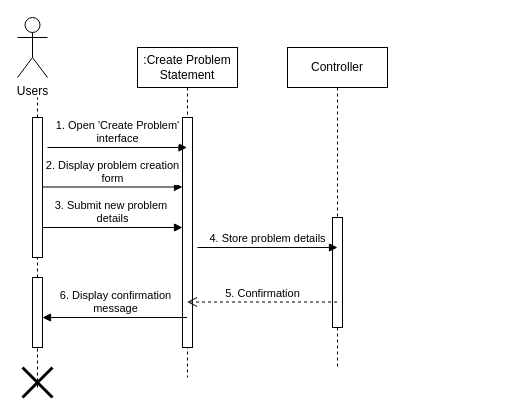
Before: page "Create Problem Statements" (12 of 15) of Sequence Diagram.drawio in shamim36/Final-Defence-Diagram, a draw.io diagram. Source tidied: cells renumbered, new cells numbered last; positions are measured from the earlier drawing's top-left corner, leaving out a move shared by most shapes. Both pictures are drawn from the tidied source at 100%, with x=0, y=0 at pixel (17, 17).
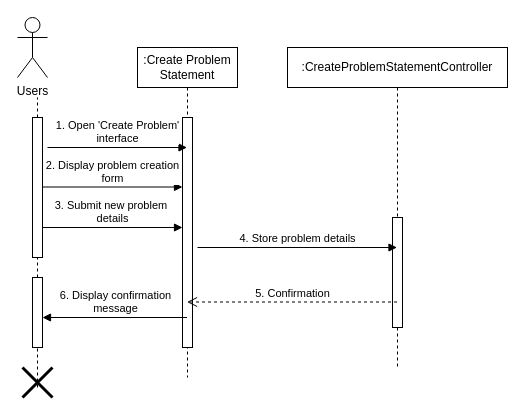
Above is the later version.

Change to the diagram source:
```diff
@@
-    <mxCell id="4" value="Controller" style="shape=umlLifeline;perimeter=lifelinePerimeter;whiteSpace=wrap;html=1;outlineConnect=0;portConstraint=eastwest;newEdgeStyle={&quot;edgeStyle&quot;:&quot;elbowEdgeStyle&quot;,&quot;elbow&quot;:&quot;vertical&quot;,&quot;curved&quot;:0,&quot;rounded&quot;:0};" parent="1" vertex="1">
-      <mxGeometry x="270" y="30" width="100" height="320" as="geometry" />
+    <mxCell id="4" value=":CreateProblemStatementController" style="shape=umlLifeline;perimeter=lifelinePerimeter;whiteSpace=wrap;html=1;outlineConnect=0;portConstraint=eastwest;newEdgeStyle={&quot;edgeStyle&quot;:&quot;elbowEdgeStyle&quot;,&quot;elbow&quot;:&quot;vertical&quot;,&quot;curved&quot;:0,&quot;rounded&quot;:0};" parent="1" vertex="1">
+      <mxGeometry x="270" y="30" width="220" height="320" as="geometry" />
     </mxCell>
     <mxCell id="5" style="html=1;perimeter=orthogonalPerimeter;targetShapes=umlLifeline;newEdgeStyle={&quot;edgeStyle&quot;:&quot;elbowEdgeStyle&quot;,&quot;elbow&quot;:&quot;vertical&quot;,&quot;curved&quot;:0,&quot;rounded&quot;:0};" parent="4" vertex="1">
-      <mxGeometry x="45" y="170" width="10" height="110" as="geometry" />
+      <mxGeometry x="105" y="170" width="10" height="110" as="geometry" />
     </mxCell>
@@
-    <mxCell id="13" value="4. Store problem details" style="html=1;verticalAlign=bottom;endArrow=block;curved=0;rounded=0;" parent="1" edge="1">
+    <mxCell id="13" value="4. Store problem details" style="html=1;verticalAlign=bottom;endArrow=block;curved=0;rounded=0;" parent="1" edge="1" target="4">
       <mxGeometry relative="1" as="geometry">
         <mxPoint x="180" y="230" as="sourcePoint" />
-        <mxPoint x="320" y="230" as="targetPoint" />
       </mxGeometry>
     </mxCell>
-    <mxCell id="14" value="5. Confirmation" style="html=1;verticalAlign=bottom;endArrow=open;dashed=1;endSize=8;curved=0;rounded=0;" parent="1" edge="1">
+    <mxCell id="14" value="5. Confirmation" style="html=1;verticalAlign=bottom;endArrow=open;dashed=1;endSize=8;curved=0;rounded=0;" parent="1" edge="1" source="4">
       <mxGeometry relative="1" as="geometry">
-        <mxPoint x="319.5" y="284.5" as="sourcePoint" />
         <mxPoint x="169.5" y="284.5" as="targetPoint" />
       </mxGeometry>
     </mxCell>
```
